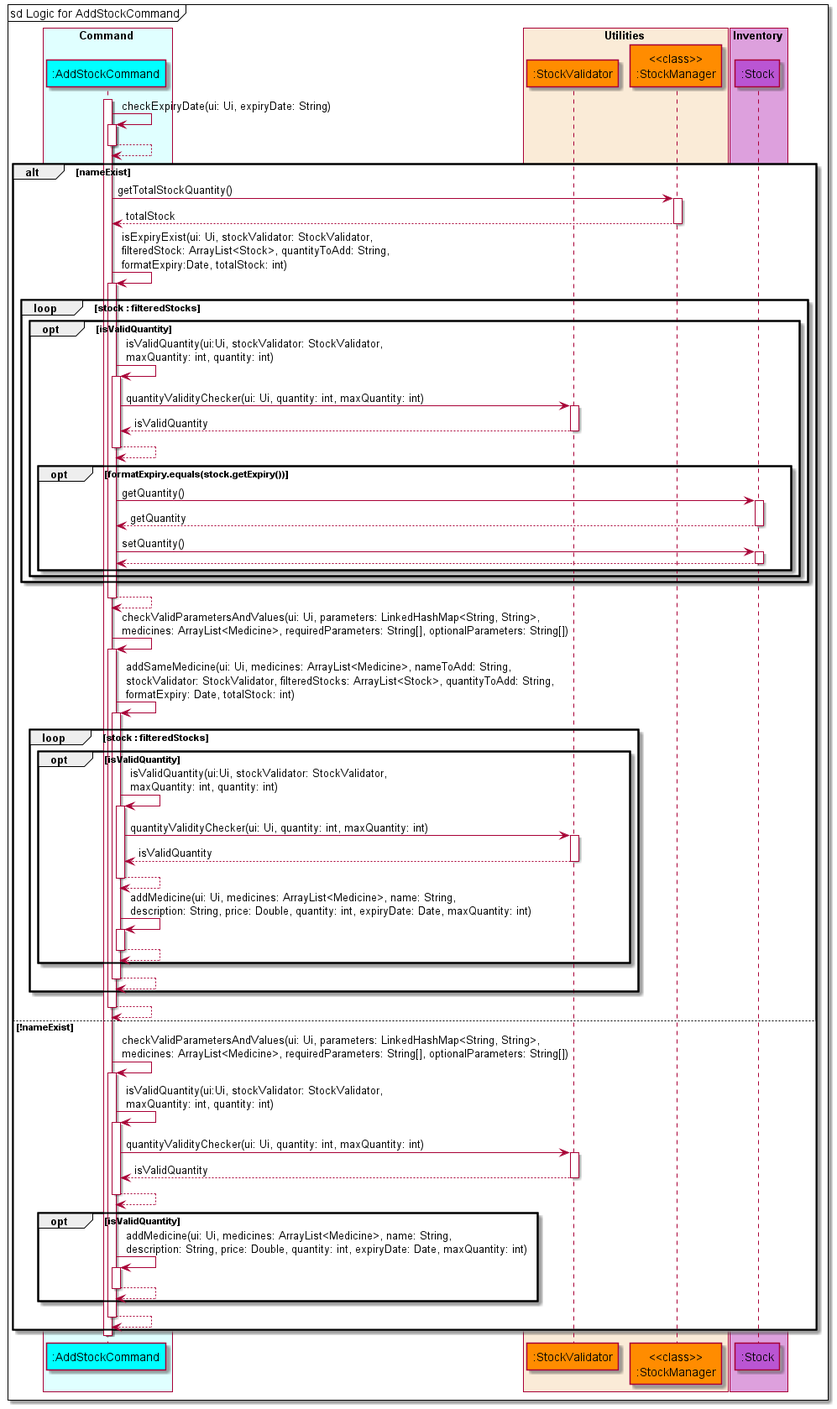
nus-cs2113-AY2122S1/tp keeps this PlantUML diagram as docs/diagrams/diagram_images/AddStockSequenceDiagram.png. Above is the earlier version.
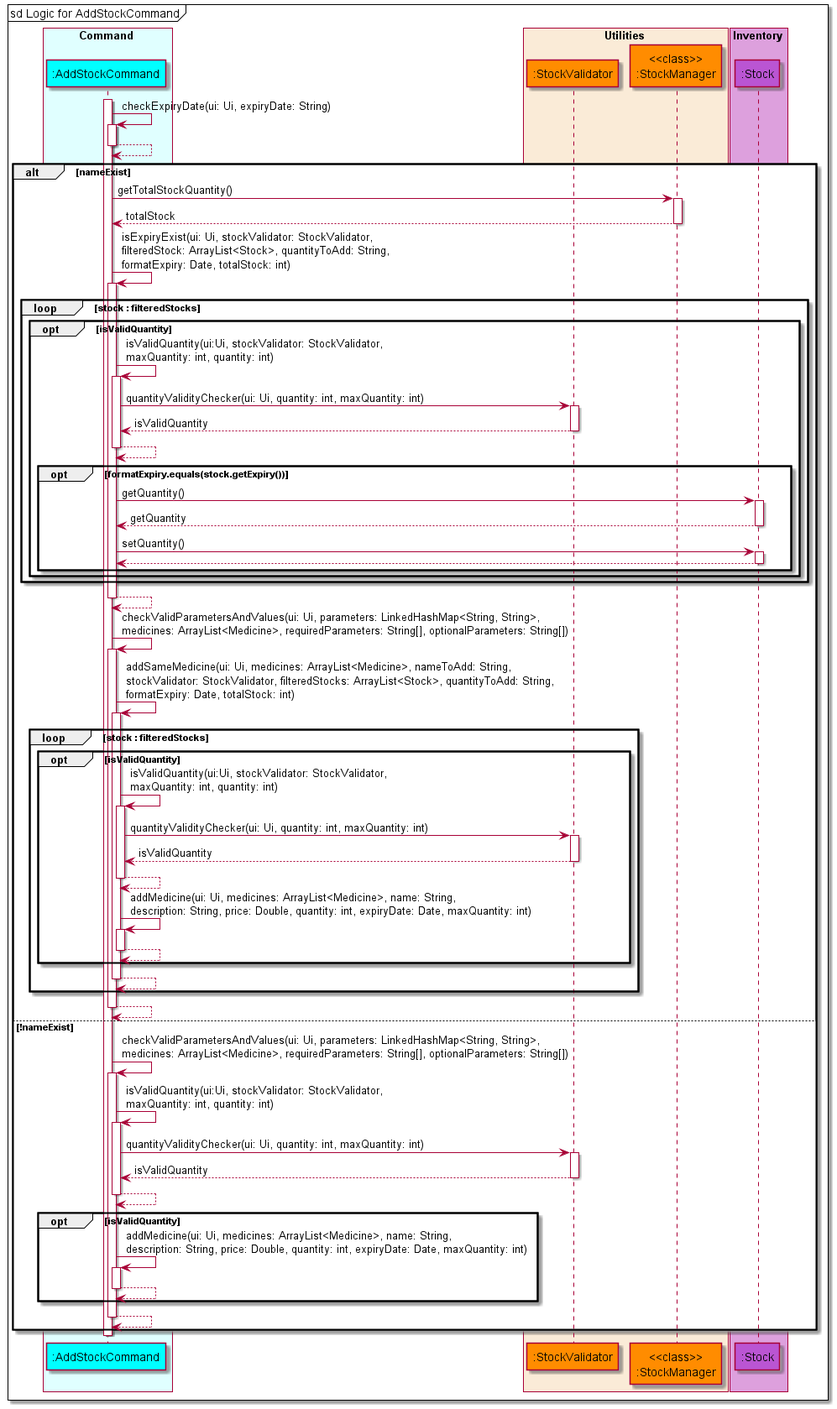
The same diagram one commit later.

Commit message:
Fix spacing in addstock SD and gradle error

Change to the diagram source:
```diff
@@ -23,7 +23,7 @@
 alt nameExist
     addstock -> stockmanager: getTotalStockQuantity()
     addstock <-- stockmanager: totalStock
-    addstock -> addstock : isExpiryExist(ui: Ui, stockValidator: StockValidator, \nfilteredStock: ArrayList<Stock>, quantityToAdd: String, \nformatExpiry:Date, totalStock: int)
+    addstock -> addstock : isExpiryExist(ui: Ui, stockValidator: StockValidator, \nfilteredStock: ArrayList<Stock>, quantityToAdd: String, \nformatExpiry: Date, totalStock: int)
     loop stock : filteredStocks
         opt isValidQuantity
             addstock -> addstock : isValidQuantity(ui:Ui, stockValidator: StockValidator, \nmaxQuantity: int, quantity: int)
```
